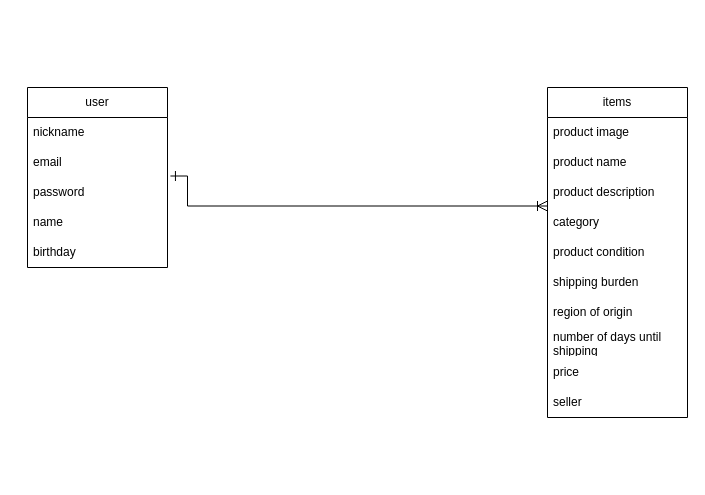
Earlier version of the draw.io diagram app/views/test.dio (nagano19840910/furima-40222). Source tidied: cells renumbered, new cells numbered last; positions are measured from the earlier drawing's top-left corner, leaving out a move shared by most shapes. Both pictures are drawn from the tidied source at 100%, with x=0, y=0 at pixel (27, 87).
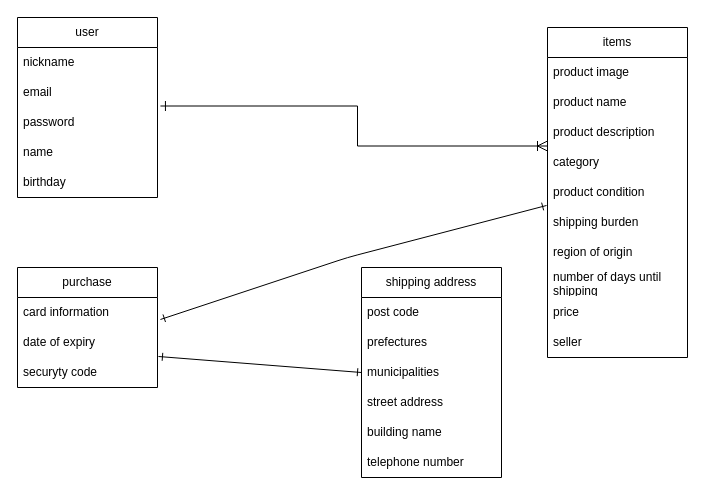
After the change.

Unchanged cells that the change refers to:
```xml
<mxCell id="5" value="password" style="text;strokeColor=none;fillColor=none;align=left;verticalAlign=middle;spacingLeft=4;spacingRight=4;overflow=hidden;points=[[0,0.5],[1,0.5]];portConstraint=eastwest;whiteSpace=wrap;html=1;" parent="2" vertex="1">
  <mxGeometry y="90" width="140" height="30" as="geometry" />
</mxCell>
<mxCell id="11" value="product description" style="text;strokeColor=none;fillColor=none;align=left;verticalAlign=middle;spacingLeft=4;spacingRight=4;overflow=hidden;points=[[0,0.5],[1,0.5]];portConstraint=eastwest;whiteSpace=wrap;html=1;" parent="8" vertex="1">
  <mxGeometry y="90" width="140" height="30" as="geometry" />
</mxCell>
<mxCell id="14" value="shipping burden" style="text;strokeColor=none;fillColor=none;align=left;verticalAlign=middle;spacingLeft=4;spacingRight=4;overflow=hidden;points=[[0,0.5],[1,0.5]];portConstraint=eastwest;whiteSpace=wrap;html=1;" parent="8" vertex="1">
  <mxGeometry y="180" width="140" height="30" as="geometry" />
</mxCell>
```

Change to the diagram source:
```diff
@@
     <mxCell id="2" value="user" style="swimlane;fontStyle=0;horizontal=1;startSize=30;whiteSpace=wrap;html=1;" parent="1" vertex="1">
-      <mxGeometry width="140" height="180" as="geometry" />
+      <mxGeometry x="-10" y="-70" width="140" height="180" as="geometry" />
     </mxCell>
@@
     <mxCell id="8" value="items" style="swimlane;fontStyle=0;horizontal=1;startSize=30;whiteSpace=wrap;html=1;" parent="1" vertex="1">
-      <mxGeometry x="520" width="140" height="330" as="geometry" />
+      <mxGeometry x="520" y="-60" width="140" height="330" as="geometry" />
     </mxCell>
@@
     <mxCell id="19" style="edgeStyle=elbowEdgeStyle;elbow=horizontal;endArrow=ERoneToMany;html=1;curved=0;rounded=0;endSize=8;startSize=8;exitX=1.021;exitY=-0.05;exitDx=0;exitDy=0;exitPerimeter=0;entryX=0;entryY=0.95;entryDx=0;entryDy=0;entryPerimeter=0;endFill=0;startArrow=ERone;startFill=0;" parent="1" edge="1" source="5" target="11">
       <mxGeometry relative="1" as="geometry">
         <Array as="points">
-          <mxPoint x="160" y="105" />
+          <mxPoint x="330" y="50" />
           <mxPoint x="330" y="110" />
         </Array>
       </mxGeometry>
     </mxCell>
+    <mxCell id="20" value="purchase" style="swimlane;fontStyle=0;horizontal=1;startSize=30;whiteSpace=wrap;html=1;" parent="1" vertex="1">
+      <mxGeometry x="-10" y="180" width="140" height="120" as="geometry" />
+    </mxCell>
+    <mxCell id="21" value="card information" style="text;strokeColor=none;fillColor=none;align=left;verticalAlign=middle;spacingLeft=4;spacingRight=4;overflow=hidden;points=[[0,0.5],[1,0.5]];portConstraint=eastwest;whiteSpace=wrap;html=1;" parent="20" vertex="1">
+      <mxGeometry y="30" width="140" height="30" as="geometry" />
+    </mxCell>
+    <mxCell id="22" value="date of expiry" style="text;strokeColor=none;fillColor=none;align=left;verticalAlign=middle;spacingLeft=4;spacingRight=4;overflow=hidden;whiteSpace=wrap;html=1;" parent="20" vertex="1">
+      <mxGeometry y="60" width="140" height="30" as="geometry" />
+    </mxCell>
+    <mxCell id="23" value="securyty code" style="text;strokeColor=none;fillColor=none;align=left;verticalAlign=middle;spacingLeft=4;spacingRight=4;overflow=hidden;points=[[0,0.5],[1,0.5]];portConstraint=eastwest;whiteSpace=wrap;html=1;" parent="20" vertex="1">
+      <mxGeometry y="90" width="140" height="30" as="geometry" />
+    </mxCell>
+    <mxCell id="24" style="endArrow=ERone;startArrow=ERone;html=1;exitX=1.021;exitY=0.733;exitDx=0;exitDy=0;exitPerimeter=0;startFill=0;entryX=-0.007;entryY=-0.067;entryDx=0;entryDy=0;entryPerimeter=0;endFill=0;" parent="1" edge="1" source="21" target="14">
+      <mxGeometry relative="1" as="geometry">
+        <Array as="points">
+          <mxPoint x="320" y="170" />
+        </Array>
+      </mxGeometry>
+    </mxCell>
+    <mxCell id="25" value="shipping address" style="swimlane;fontStyle=0;horizontal=1;startSize=30;whiteSpace=wrap;html=1;" parent="1" vertex="1">
+      <mxGeometry x="334" y="180" width="140" height="210" as="geometry" />
+    </mxCell>
+    <mxCell id="26" value="post code" style="text;strokeColor=none;fillColor=none;align=left;verticalAlign=middle;spacingLeft=4;spacingRight=4;overflow=hidden;whiteSpace=wrap;html=1;" parent="25" vertex="1">
+      <mxGeometry y="30" width="140" height="30" as="geometry" />
+    </mxCell>
+    <mxCell id="27" value="prefectures" style="text;strokeColor=none;fillColor=none;align=left;verticalAlign=middle;spacingLeft=4;spacingRight=4;overflow=hidden;whiteSpace=wrap;html=1;" parent="25" vertex="1">
+      <mxGeometry y="60" width="140" height="30" as="geometry" />
+    </mxCell>
+    <mxCell id="28" value="municipalities" style="text;strokeColor=none;fillColor=none;align=left;verticalAlign=middle;spacingLeft=4;spacingRight=4;overflow=hidden;points=[[0,0.5],[1,0.5]];portConstraint=eastwest;whiteSpace=wrap;html=1;" parent="25" vertex="1">
+      <mxGeometry y="90" width="140" height="30" as="geometry" />
+    </mxCell>
+    <mxCell id="29" value="street address" style="text;strokeColor=none;fillColor=none;align=left;verticalAlign=middle;spacingLeft=4;spacingRight=4;overflow=hidden;whiteSpace=wrap;html=1;" parent="25" vertex="1">
+      <mxGeometry y="120" width="140" height="30" as="geometry" />
+    </mxCell>
+    <mxCell id="30" value="building name" style="text;strokeColor=none;fillColor=none;align=left;verticalAlign=middle;spacingLeft=4;spacingRight=4;overflow=hidden;whiteSpace=wrap;html=1;" parent="25" vertex="1">
+      <mxGeometry y="150" width="140" height="30" as="geometry" />
+    </mxCell>
+    <mxCell id="31" value="telephone number" style="text;strokeColor=none;fillColor=none;align=left;verticalAlign=middle;spacingLeft=4;spacingRight=4;overflow=hidden;whiteSpace=wrap;html=1;" parent="25" vertex="1">
+      <mxGeometry y="180" width="140" height="30" as="geometry" />
+    </mxCell>
+    <mxCell id="32" style="endArrow=ERone;html=1;exitX=1.007;exitY=-0.033;exitDx=0;exitDy=0;exitPerimeter=0;entryX=0;entryY=0.5;entryDx=0;entryDy=0;startArrow=ERone;startFill=0;endFill=0;" parent="1" edge="1" source="23" target="28">
+      <mxGeometry relative="1" as="geometry" />
+    </mxCell>
```
